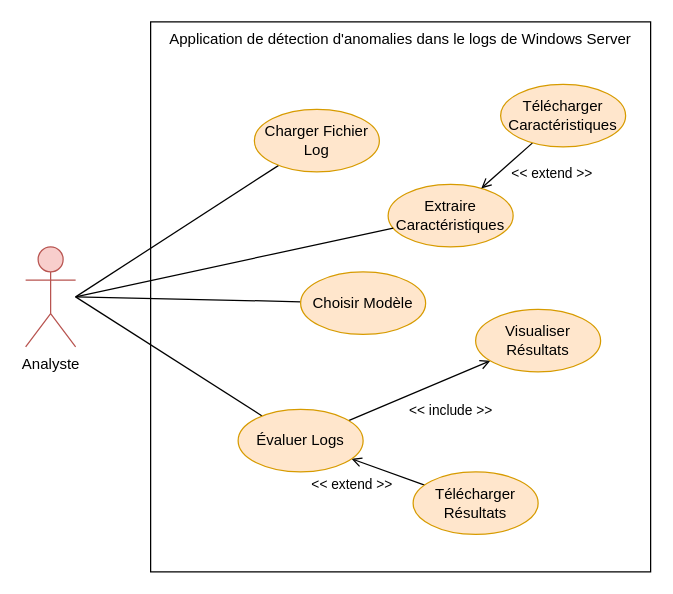
This is page "Usecases" (1 of 4) of docs/diagrams.drawio from aobh2763/anomalyzer, a draw.io file, before an edit. Source tidied: cells renumbered, new cells numbered last; positions are measured from the earlier drawing's top-left corner, leaving out a move shared by most shapes. Both pictures are drawn from the tidied source at 125%, with x=0, y=0 at pixel (25, 21).
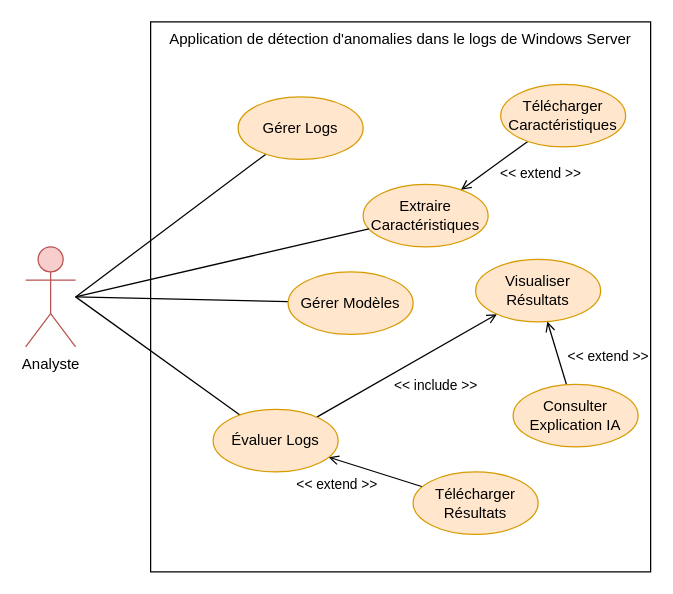
The same page after the edit.

The change refers to these unchanged cells:
```xml
<mxCell id="17" style="rounded=0;jettySize=auto;html=1;endArrow=open;endFill=0;" parent="1" edge="1" source="19" target="20">
  <mxGeometry relative="1" as="geometry" />
</mxCell>
```

What changed in the source:
```diff
@@
-    <mxCell id="4" value="Charger Fichier Log" style="ellipse;whiteSpace=wrap;html=1;fillColor=#ffe6cc;strokeColor=#d79b00;" parent="1" vertex="1">
-      <mxGeometry x="183" y="70" width="100" height="50" as="geometry" />
+    <mxCell id="4" value="Gérer Logs" style="ellipse;whiteSpace=wrap;html=1;fillColor=#ffe6cc;strokeColor=#d79b00;" parent="1" vertex="1">
+      <mxGeometry x="170" y="60" width="100" height="50" as="geometry" />
     </mxCell>
     <mxCell id="5" value="Extraire Caractéristiques" style="ellipse;whiteSpace=wrap;html=1;fillColor=#ffe6cc;strokeColor=#d79b00;" parent="1" vertex="1">
-      <mxGeometry x="290" y="130" width="100" height="50" as="geometry" />
+      <mxGeometry x="270" y="130" width="100" height="50" as="geometry" />
     </mxCell>
@@
-    <mxCell id="10" value="Choisir Modèle" style="ellipse;whiteSpace=wrap;html=1;fillColor=#ffe6cc;strokeColor=#d79b00;" parent="1" vertex="1">
-      <mxGeometry x="220" y="200" width="100" height="50" as="geometry" />
+    <mxCell id="10" value="Gérer Modèles" style="ellipse;whiteSpace=wrap;html=1;fillColor=#ffe6cc;strokeColor=#d79b00;" parent="1" vertex="1">
+      <mxGeometry x="210" y="200" width="100" height="50" as="geometry" />
     </mxCell>
@@
     <mxCell id="18" value="&amp;lt;&amp;lt; include &amp;gt;&amp;gt;" style="edgeLabel;html=1;align=center;verticalAlign=middle;" parent="17" vertex="1">
       <mxGeometry x="-0.19" y="-1" relative="1" as="geometry">
-        <mxPoint x="35" y="10" as="offset" />
+        <mxPoint x="36" y="7" as="offset" />
       </mxGeometry>
     </mxCell>
     <mxCell id="19" value="Évaluer Logs" style="ellipse;whiteSpace=wrap;html=1;fillColor=#ffe6cc;strokeColor=#d79b00;" parent="1" vertex="1">
-      <mxGeometry x="170" y="310" width="100" height="50" as="geometry" />
+      <mxGeometry x="150" y="310" width="100" height="50" as="geometry" />
     </mxCell>
     <mxCell id="20" value="Visualiser Résultats" style="ellipse;whiteSpace=wrap;html=1;fillColor=#ffe6cc;strokeColor=#d79b00;" parent="1" vertex="1">
-      <mxGeometry x="360" y="230" width="100" height="50" as="geometry" />
+      <mxGeometry x="360" y="190" width="100" height="50" as="geometry" />
     </mxCell>
+    <mxCell id="21" style="rounded=0;jettySize=auto;html=1;endArrow=open;endFill=0;" parent="1" edge="1" source="23" target="20">
+      <mxGeometry relative="1" as="geometry" />
+    </mxCell>
+    <mxCell id="22" value="&amp;lt;&amp;lt; extend &amp;gt;&amp;gt;" style="edgeLabel;html=1;align=center;verticalAlign=middle;" parent="21" vertex="1">
+      <mxGeometry x="-0.27" y="-2" relative="1" as="geometry">
+        <mxPoint x="36" y="-4" as="offset" />
+      </mxGeometry>
+    </mxCell>
+    <mxCell id="23" value="Consulter Explication IA" style="ellipse;whiteSpace=wrap;html=1;fillColor=#ffe6cc;strokeColor=#d79b00;" parent="1" vertex="1">
+      <mxGeometry x="390" y="290" width="100" height="50" as="geometry" />
+    </mxCell>
```
